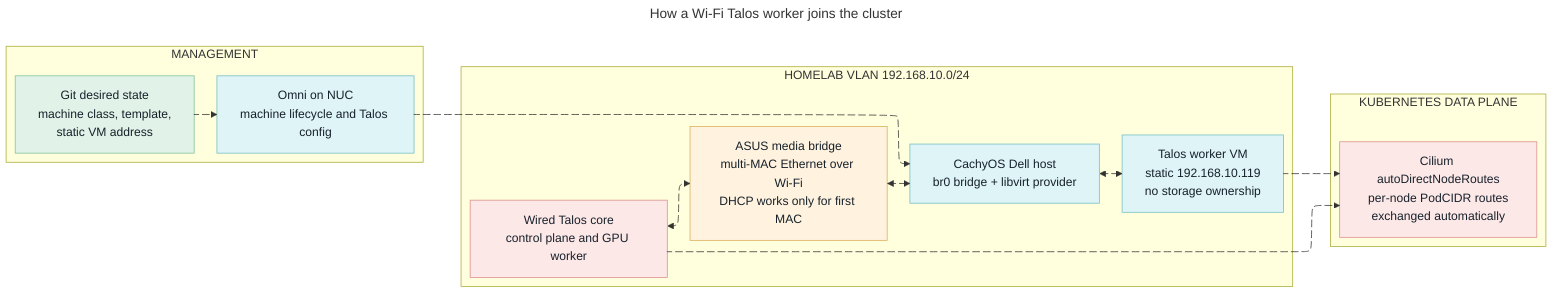
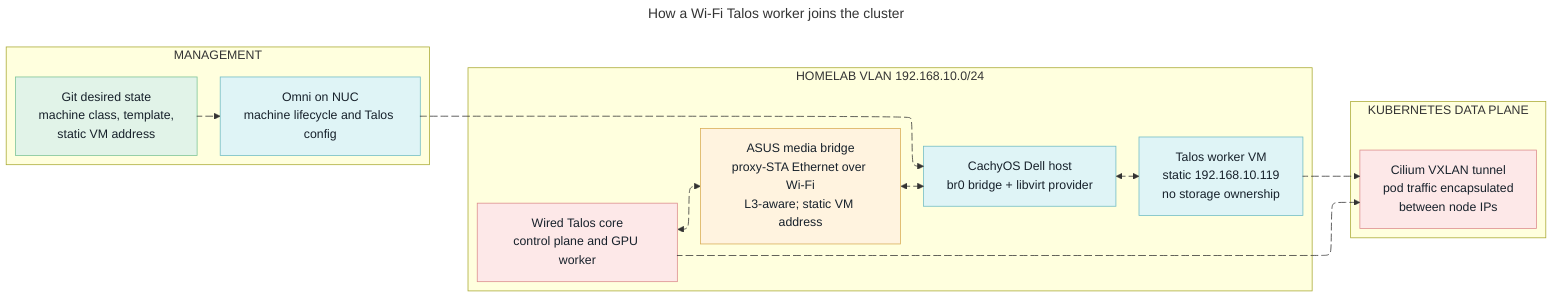
---
title: How a Wi-Fi Talos worker joins the cluster
config:
  layout: elk
---
flowchart LR
  accTitle: Bridged Wi-Fi Talos worker architecture
-   accDescr: Omni on the management NUC asks the provider on the Wi-Fi CachyOS host to create a Talos virtual machine. An ASUS media bridge presents multi-MAC Ethernet over Wi-Fi, so the host and the VM sit directly on the HomeLab VLAN and Cilium exchanges pod routes automatically.
+   accDescr: Omni on the management NUC asks the provider on the Wi-Fi CachyOS host to create a Talos virtual machine. An ASUS media bridge presents Ethernet over Wi-Fi, the host and VM sit directly on the HomeLab VLAN, and Cilium tunnels cross-node pod traffic between node addresses.

  subgraph MANAGEMENT["MANAGEMENT"]
    direction TB
    GIT["`Git desired state
    machine class, template,
    static VM address`"]
    OMNI["`Omni on NUC
    machine lifecycle and Talos config`"]
    GIT desired@--> OMNI
  end

  subgraph LAN["HOMELAB VLAN 192.168.10.0/24"]
    direction LR
    CORE["`Wired Talos core
    control plane and GPU worker`"]
    MB["`ASUS media bridge
-     multi-MAC Ethernet over Wi-Fi
-     DHCP works only for first MAC`"]
+     proxy-STA Ethernet over Wi-Fi
+     L3-aware; static VM address`"]
    DELL["`CachyOS Dell host
    br0 bridge + libvirt provider`"]
    VM["`Talos worker VM
    static 192.168.10.119
    no storage ownership`"]
    CORE coreToMb@<--> MB
    MB mbToDell@<--> DELL
    DELL dellToVm@<--> VM
  end

  subgraph PODS["KUBERNETES DATA PLANE"]
    direction TB
-     ROUTES["`Cilium autoDirectNodeRoutes
-     per-node PodCIDR routes
-     exchanged automatically`"]
+     ROUTES["`Cilium VXLAN tunnel
+     pod traffic encapsulated
+     between node IPs`"]
  end

  OMNI request@--> DELL
  CORE ownsExisting@--> ROUTES
  VM ownsDell@--> ROUTES

  classDef action fill:#fde8e8,stroke:#dc8c8c,color:#17212b
  classDef desired fill:#e1f3e8,stroke:#7bc397,color:#17212b
  classDef controller fill:#dff4f6,stroke:#70bcc4,color:#17212b
  classDef external fill:#fff3df,stroke:#d8ad55,color:#17212b
  class GIT desired
  class OMNI,DELL,VM controller
  class MB external
  class CORE,ROUTES action

  desired@{ animation: slow }
  request@{ animation: fast }
  coreToMb@{ animation: fast }
  mbToDell@{ animation: fast }
  dellToVm@{ animation: fast }
  ownsExisting@{ animation: slow }
  ownsDell@{ animation: slow }
